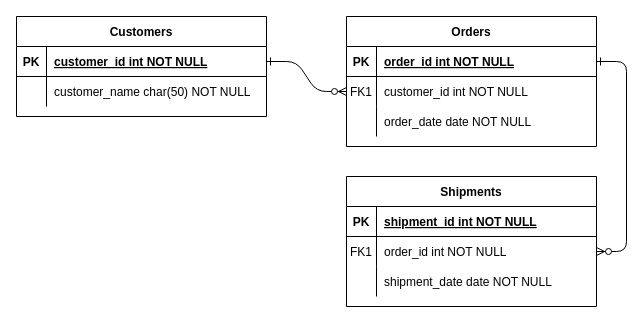
MemoryWorld/myssh keeps this draw.io diagram as 未命名绘图.drawio. Above is the earlier version. Source tidied: cells renumbered, new cells numbered last; positions are measured from the earlier drawing's top-left corner, leaving out a move shared by most shapes. Both pictures are drawn from the tidied source at 100%, with x=0, y=0 at pixel (16, 16).
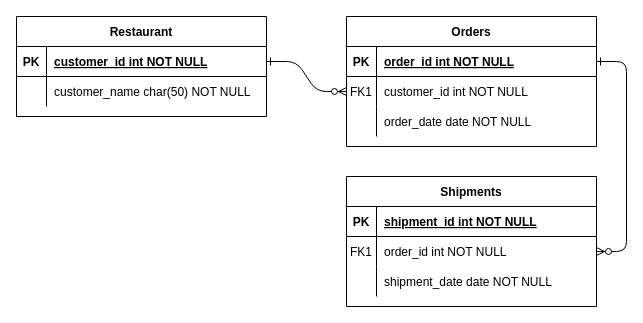
After the change.

Diff of the diagram source:
```diff
@@
-    <mxCell id="24" value="Customers" style="shape=table;startSize=30;childLayout=tableLayout;rowLines=0;fontStyle=1;align=center;" parent="1" vertex="1">
+    <mxCell id="24" value="Restaurant" style="shape=table;startSize=30;childLayout=tableLayout;rowLines=0;fontStyle=1;align=center;" parent="1" vertex="1">
       <mxGeometry width="250" height="100" as="geometry" />
     </mxCell>
```
